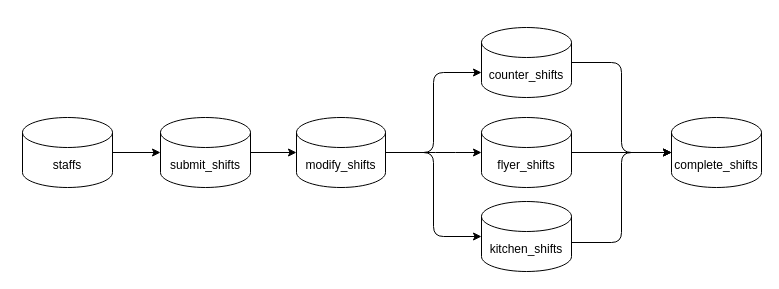
Before: db.drawio in MizukiShigi/ShifTas, a draw.io diagram. Source tidied: cells renumbered, new cells numbered last; positions are measured from the earlier drawing's top-left corner, leaving out a move shared by most shapes. Both pictures are drawn from the tidied source at 100%, with x=0, y=0 at pixel (22, 27).
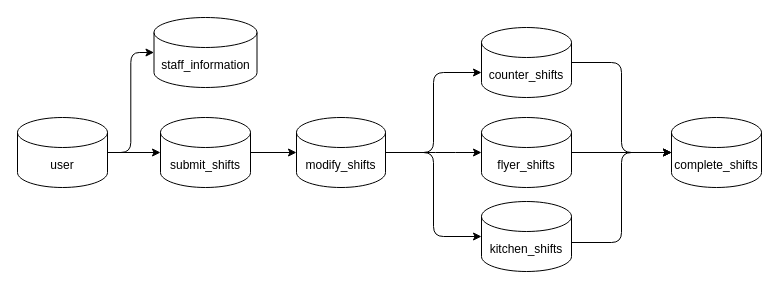
The same page after the edit.

The change refers to these unchanged cells:
```xml
<mxCell id="6" value="submit_shifts" style="shape=cylinder3;whiteSpace=wrap;html=1;boundedLbl=1;backgroundOutline=1;size=15;rounded=1;" parent="1" vertex="1">
  <mxGeometry x="138" y="90" width="90" height="70" as="geometry" />
</mxCell>
```

Change to the diagram source:
```diff
@@
-    <mxCell id="2" style="edgeStyle=orthogonalEdgeStyle;jettySize=auto;html=1;exitX=1;exitY=0.5;exitDx=0;exitDy=0;exitPerimeter=0;entryX=0;entryY=0.5;entryDx=0;entryDy=0;entryPerimeter=0;" parent="1" edge="1" source="3" target="6">
-      <mxGeometry relative="1" as="geometry" />
-    </mxCell>
-    <mxCell id="3" value="staffs" style="shape=cylinder3;whiteSpace=wrap;html=1;boundedLbl=1;backgroundOutline=1;size=15;rounded=1;" parent="1" vertex="1">
-      <mxGeometry y="90" width="90" height="70" as="geometry" />
+    <mxCell id="3" value="staff_information" style="shape=cylinder3;whiteSpace=wrap;html=1;boundedLbl=1;backgroundOutline=1;size=15;rounded=1;" parent="1" vertex="1">
+      <mxGeometry x="131.5" y="-10" width="103" height="70" as="geometry" />
     </mxCell>
@@
+    <mxCell id="17" style="edgeStyle=orthogonalEdgeStyle;curved=0;rounded=1;sketch=0;jettySize=auto;html=1;" parent="1" edge="1" source="19" target="6">
+      <mxGeometry relative="1" as="geometry" />
+    </mxCell>
+    <mxCell id="18" style="edgeStyle=orthogonalEdgeStyle;curved=0;rounded=1;sketch=0;jettySize=auto;html=1;entryX=0;entryY=0.5;entryDx=0;entryDy=0;entryPerimeter=0;" parent="1" edge="1" source="19" target="3">
+      <mxGeometry relative="1" as="geometry" />
+    </mxCell>
+    <mxCell id="19" value="user" style="shape=cylinder3;whiteSpace=wrap;html=1;boundedLbl=1;backgroundOutline=1;size=15;rounded=1;" parent="1" vertex="1">
+      <mxGeometry x="-5" y="90" width="90" height="70" as="geometry" />
+    </mxCell>
```
